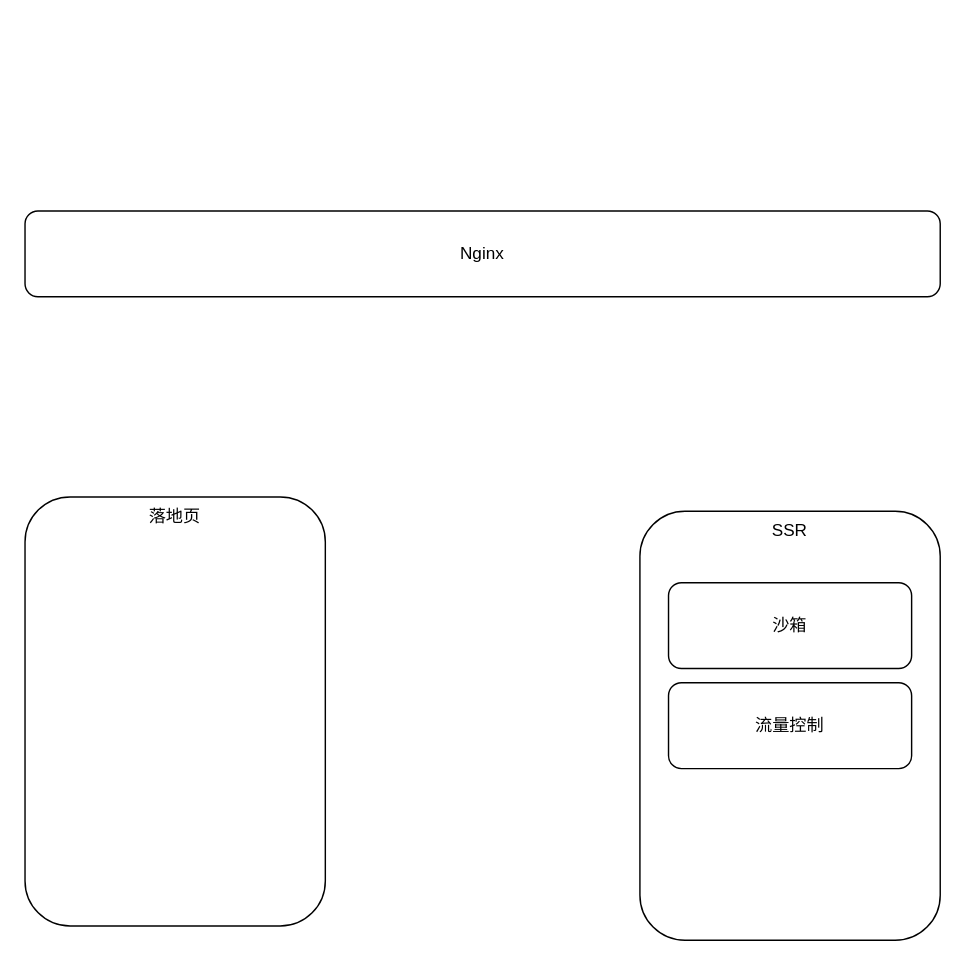
Earlier version of the draw.io diagram Untitled Diagram.drawio (nicejacket/uml). Source tidied: cells renumbered, new cells numbered last; positions are measured from the earlier drawing's top-left corner, leaving out a move shared by most shapes. Both pictures are drawn from the tidied source at 143%, with x=0, y=0 at pixel (24, 210).
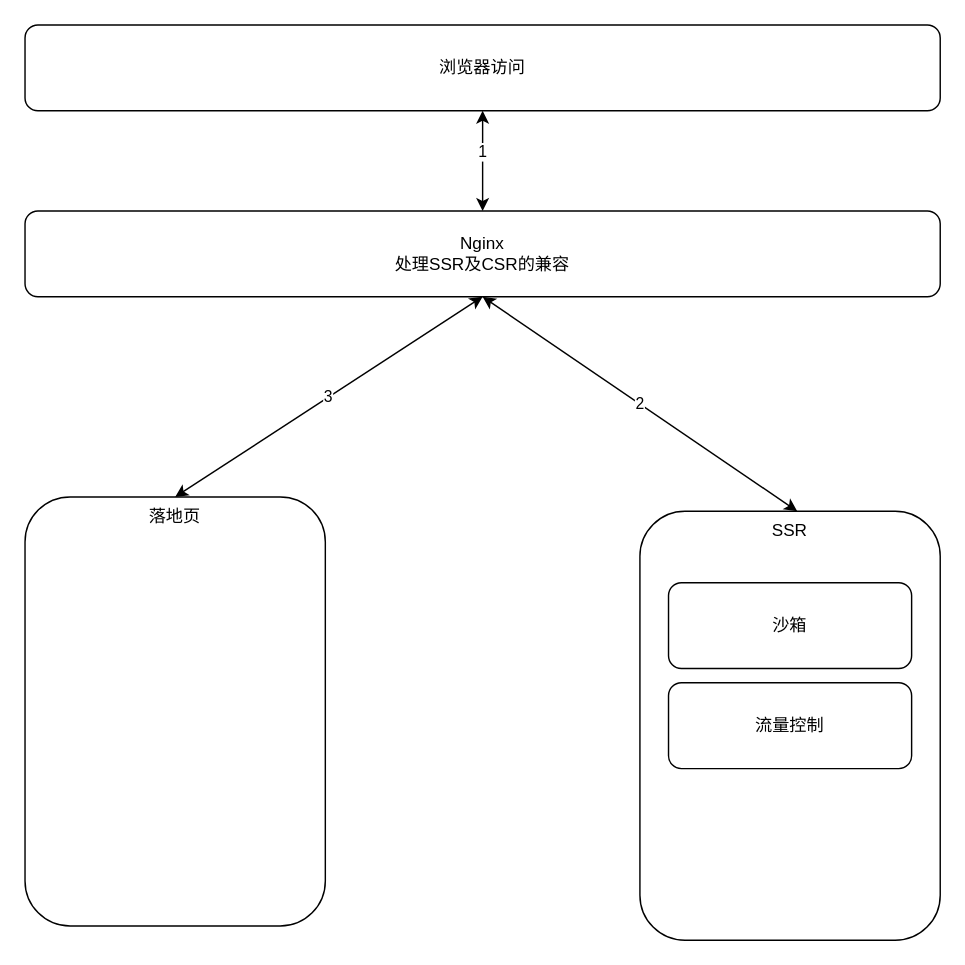
Above is the later version.

Change to the diagram source:
```diff
@@
 <mxGraphModel>
   <root>
     <mxCell id="0" />
     <mxCell id="1" parent="0" />
-    <mxCell id="2" value="Nginx" style="rounded=1;whiteSpace=wrap;html=1;" parent="1" vertex="1">
+    <mxCell id="2" value="Nginx&lt;br&gt;处理SSR及CSR的兼容" style="rounded=1;whiteSpace=wrap;html=1;" parent="1" vertex="1">
       <mxGeometry width="640" height="60" as="geometry" />
     </mxCell>
     <mxCell id="3" value="落地页" style="rounded=1;whiteSpace=wrap;html=1;horizontal=1;verticalAlign=top;" parent="1" vertex="1">
       <mxGeometry y="200" width="210" height="300" as="geometry" />
     </mxCell>
     <mxCell id="4" value="SSR" style="rounded=1;whiteSpace=wrap;html=1;horizontal=1;verticalAlign=top;" parent="1" vertex="1">
       <mxGeometry x="430" y="210" width="210" height="300" as="geometry" />
     </mxCell>
     <mxCell id="5" value="沙箱" style="rounded=1;whiteSpace=wrap;html=1;verticalAlign=middle;" parent="1" vertex="1">
       <mxGeometry x="450" y="260" width="170" height="60" as="geometry" />
     </mxCell>
     <mxCell id="6" value="流量控制" style="rounded=1;whiteSpace=wrap;html=1;verticalAlign=middle;" parent="1" vertex="1">
       <mxGeometry x="450" y="330" width="170" height="60" as="geometry" />
     </mxCell>
+    <mxCell id="7" value="浏览器访问" style="rounded=1;whiteSpace=wrap;html=1;" parent="1" vertex="1">
+      <mxGeometry y="-130" width="640" height="60" as="geometry" />
+    </mxCell>
+    <mxCell id="8" value="2" style="endArrow=classic;startArrow=classic;html=1;entryX=0.5;entryY=1;entryDx=0;entryDy=0;" parent="1" edge="1" target="2">
+      <mxGeometry relative="1" as="geometry">
+        <mxPoint x="540" y="210" as="sourcePoint" />
+      </mxGeometry>
+    </mxCell>
+    <mxCell id="9" style="endArrow=classic;startArrow=classic;html=1;entryX=0.5;entryY=1;entryDx=0;entryDy=0;exitX=0.5;exitY=0;exitDx=0;exitDy=0;" parent="1" edge="1" source="2" target="7">
+      <mxGeometry relative="1" as="geometry" />
+    </mxCell>
+    <mxCell id="10" value="1" style="edgeLabel;html=1;align=center;verticalAlign=middle;" parent="9" vertex="1">
+      <mxGeometry x="0.23" y="1" relative="1" as="geometry">
+        <mxPoint y="1" as="offset" />
+      </mxGeometry>
+    </mxCell>
+    <mxCell id="11" value="3" style="endArrow=classic;startArrow=classic;html=1;exitX=0.5;exitY=0;exitDx=0;exitDy=0;" parent="1" edge="1" source="3">
+      <mxGeometry relative="1" as="geometry">
+        <mxPoint x="320" y="60" as="targetPoint" />
+      </mxGeometry>
+    </mxCell>
   </root>
 </mxGraphModel>
```
